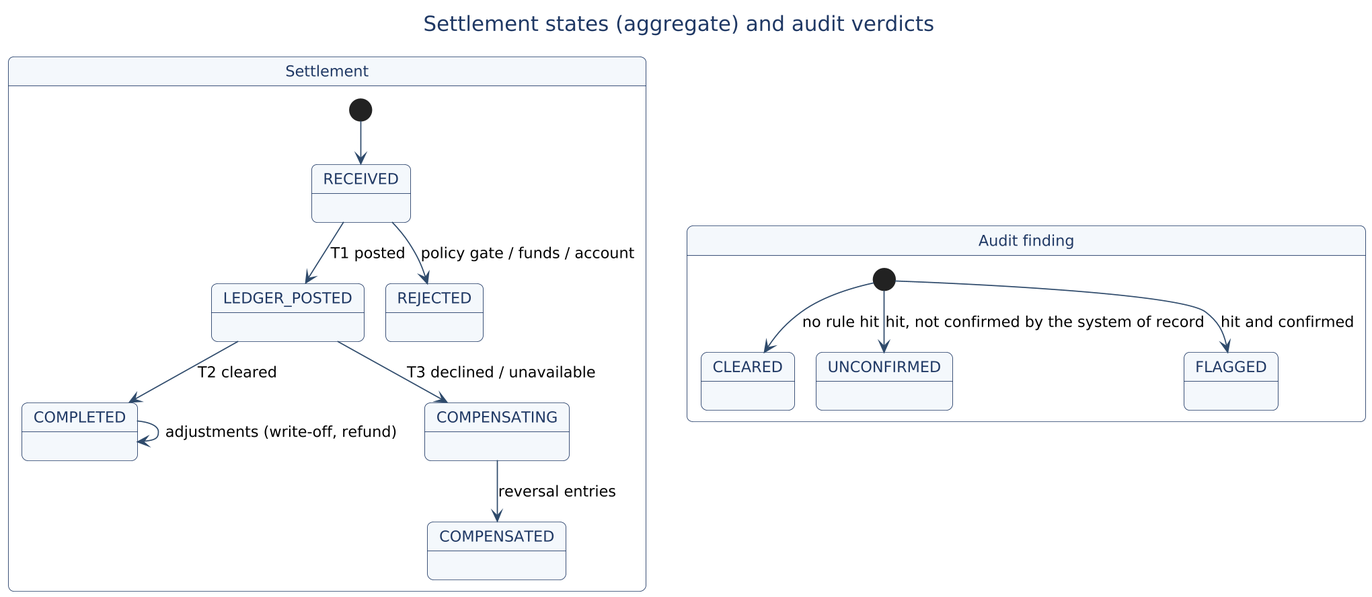
Before: docs/design/images/09_states.png, a diagram exported from PlantUML (subhamviky/financial-settlement-platform).
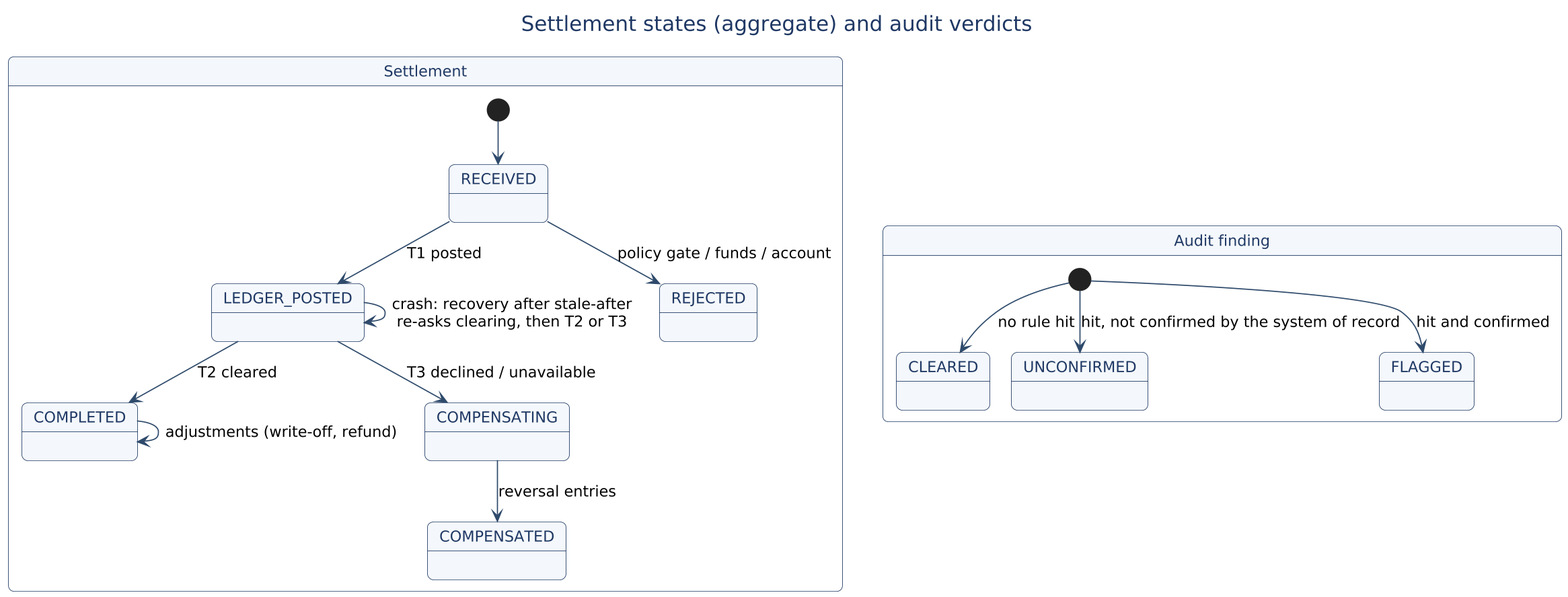
Above is the later version.

The edit, as a diff of the source:
```diff
@@ -7,6 +7,7 @@
   RECEIVED --> REJECTED : policy gate / funds / account
   LEDGER_POSTED --> COMPLETED : T2 cleared
   LEDGER_POSTED --> COMPENSATING : T3 declined / unavailable
+  LEDGER_POSTED --> LEDGER_POSTED : crash: recovery after stale-after\nre-asks clearing, then T2 or T3
   COMPENSATING --> COMPENSATED : reversal entries
   COMPLETED --> COMPLETED : adjustments (write-off, refund)
 }
```
